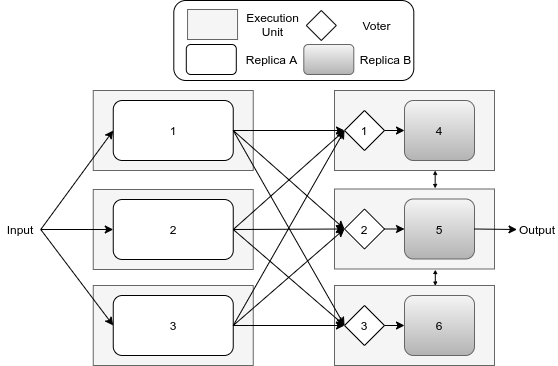
Above: images/ThreeComponentConsensus.png in Boffmann/masterThesis (draw.io), before the change. Source tidied: cells renumbered, new cells last; positions are measured from the earlier drawing's top-left corner, leaving out a move shared by most shapes.
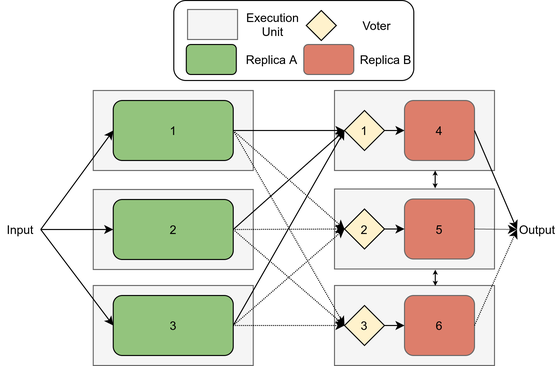
After the commit.

The edit, as a diff of the source:
```diff
@@ -11,13 +11,13 @@
     <mxCell id="4" style="rounded=0;whiteSpace=wrap;html=1;fillColor=#f5f5f5;strokeColor=#666666;fontColor=#333333;" parent="1" vertex="1">
       <mxGeometry x="92.8" y="90" width="160" height="80" as="geometry" />
     </mxCell>
-    <mxCell id="5" value="1" style="rounded=1;whiteSpace=wrap;html=1;" parent="1" vertex="1">
+    <mxCell id="5" value="1" style="rounded=1;whiteSpace=wrap;html=1;fillColor=#93C47D;" parent="1" vertex="1">
       <mxGeometry x="112.8" y="100" width="120" height="60" as="geometry" />
     </mxCell>
-    <mxCell id="6" value="3" style="rounded=1;whiteSpace=wrap;html=1;" parent="1" vertex="1">
+    <mxCell id="6" value="3" style="rounded=1;whiteSpace=wrap;html=1;fillColor=#93C47D;" parent="1" vertex="1">
       <mxGeometry x="112.8" y="295" width="120" height="60" as="geometry" />
     </mxCell>
-    <mxCell id="7" value="2" style="rounded=1;whiteSpace=wrap;html=1;" parent="1" vertex="1">
+    <mxCell id="7" value="2" style="rounded=1;whiteSpace=wrap;html=1;fillColor=#93C47D;" parent="1" vertex="1">
       <mxGeometry x="112.8" y="199" width="120" height="60" as="geometry" />
     </mxCell>
     <mxCell id="8" value="Input" style="text;html=1;strokeColor=none;fillColor=none;align=center;verticalAlign=middle;whiteSpace=wrap;rounded=0;" parent="1" vertex="1">
@@ -32,10 +32,10 @@
     <mxCell id="11" style="rounded=0;whiteSpace=wrap;html=1;fillColor=#f5f5f5;strokeColor=#666666;fontColor=#333333;" parent="1" vertex="1">
       <mxGeometry x="334" y="90" width="160" height="80" as="geometry" />
     </mxCell>
-    <mxCell id="12" value="4" style="rounded=1;whiteSpace=wrap;html=1;gradientColor=#b3b3b3;fillColor=#f5f5f5;strokeColor=#666666;" parent="1" vertex="1">
+    <mxCell id="12" value="4" style="rounded=1;whiteSpace=wrap;html=1;strokeColor=#666666;fillColor=#dd7e6b;" parent="1" vertex="1">
       <mxGeometry x="404" y="100" width="70" height="60" as="geometry" />
     </mxCell>
-    <mxCell id="13" value="1" style="rhombus;whiteSpace=wrap;html=1;" parent="1" vertex="1">
+    <mxCell id="13" value="1" style="rhombus;whiteSpace=wrap;html=1;fillColor=#FFF2CC;" parent="1" vertex="1">
       <mxGeometry x="344" y="110" width="40" height="40" as="geometry" />
     </mxCell>
     <mxCell id="14" style="endArrow=classic;html=1;exitX=1;exitY=0.5;exitDx=0;exitDy=0;entryX=0;entryY=0.5;entryDx=0;entryDy=0;" parent="1" edge="1" source="13" target="12">
@@ -44,22 +44,22 @@
     <mxCell id="15" style="rounded=0;whiteSpace=wrap;html=1;fillColor=#f5f5f5;strokeColor=#666666;fontColor=#333333;" parent="1" vertex="1">
       <mxGeometry x="334" y="188.5" width="160" height="80" as="geometry" />
     </mxCell>
-    <mxCell id="16" value="5" style="rounded=1;whiteSpace=wrap;html=1;gradientColor=#b3b3b3;fillColor=#f5f5f5;strokeColor=#666666;" parent="1" vertex="1">
+    <mxCell id="16" value="5" style="rounded=1;whiteSpace=wrap;html=1;strokeColor=#666666;fillColor=#dd7e6b;" parent="1" vertex="1">
       <mxGeometry x="404" y="198.5" width="70" height="60" as="geometry" />
     </mxCell>
-    <mxCell id="17" value="2" style="rhombus;whiteSpace=wrap;html=1;" parent="1" vertex="1">
+    <mxCell id="17" value="2" style="rhombus;whiteSpace=wrap;html=1;fillColor=#FFF2CC;" parent="1" vertex="1">
       <mxGeometry x="344" y="208.5" width="40" height="40" as="geometry" />
     </mxCell>
     <mxCell id="18" style="endArrow=classic;html=1;exitX=1;exitY=0.5;exitDx=0;exitDy=0;entryX=0;entryY=0.5;entryDx=0;entryDy=0;" parent="1" edge="1" source="17" target="16">
       <mxGeometry relative="1" as="geometry" />
     </mxCell>
-    <mxCell id="19" style="endArrow=classic;html=1;exitX=1;exitY=0.5;exitDx=0;exitDy=0;entryX=0;entryY=0.5;entryDx=0;entryDy=0;" parent="1" edge="1" source="6" target="17">
+    <mxCell id="19" style="endArrow=classic;html=1;exitX=1;exitY=0.5;exitDx=0;exitDy=0;entryX=0;entryY=0.5;entryDx=0;entryDy=0;dashed=1;dashPattern=1 1;" parent="1" edge="1" source="6" target="17">
       <mxGeometry relative="1" as="geometry" />
     </mxCell>
-    <mxCell id="20" style="endArrow=classic;html=1;exitX=1;exitY=0.5;exitDx=0;exitDy=0;entryX=0;entryY=0.5;entryDx=0;entryDy=0;" parent="1" edge="1" source="7" target="17">
+    <mxCell id="20" style="endArrow=classic;html=1;exitX=1;exitY=0.5;exitDx=0;exitDy=0;entryX=0;entryY=0.5;entryDx=0;entryDy=0;dashed=1;dashPattern=1 1;" parent="1" edge="1" source="7" target="17">
       <mxGeometry relative="1" as="geometry" />
     </mxCell>
-    <mxCell id="21" style="endArrow=classic;html=1;exitX=1;exitY=0.5;exitDx=0;exitDy=0;entryX=0;entryY=0.5;entryDx=0;entryDy=0;" parent="1" edge="1" source="5" target="17">
+    <mxCell id="21" style="endArrow=classic;html=1;exitX=1;exitY=0.5;exitDx=0;exitDy=0;entryX=0;entryY=0.5;entryDx=0;entryDy=0;dashed=1;dashPattern=1 1;" parent="1" edge="1" source="5" target="17">
       <mxGeometry relative="1" as="geometry" />
     </mxCell>
     <mxCell id="22" style="endArrow=classic;html=1;exitX=1;exitY=0.5;exitDx=0;exitDy=0;entryX=0;entryY=0.5;entryDx=0;entryDy=0;" parent="1" edge="1" source="8" target="6">
@@ -83,19 +83,19 @@
     <mxCell id="28" value="Execution&lt;br&gt;Unit" style="text;html=1;align=center;verticalAlign=middle;" parent="1" vertex="1">
       <mxGeometry x="237.1" y="9" width="70" height="30" as="geometry" />
     </mxCell>
-    <mxCell id="29" style="rounded=1;whiteSpace=wrap;html=1;fillColor=#f5f5f5;gradientColor=#b3b3b3;strokeColor=#666666;" parent="1" vertex="1">
+    <mxCell id="29" style="rounded=1;whiteSpace=wrap;html=1;strokeColor=#666666;fillColor=#dd7e6b;" parent="1" vertex="1">
       <mxGeometry x="303.3" y="44" width="50" height="30" as="geometry" />
     </mxCell>
     <mxCell id="30" value="Replica B" style="text;html=1;align=center;verticalAlign=middle;" parent="1" vertex="1">
       <mxGeometry x="349.7" y="49" width="70" height="20" as="geometry" />
     </mxCell>
-    <mxCell id="31" style="rhombus;whiteSpace=wrap;html=1;" parent="1" vertex="1">
+    <mxCell id="31" style="rhombus;whiteSpace=wrap;html=1;fillColor=#FFF2CC;" parent="1" vertex="1">
       <mxGeometry x="305.8" y="10" width="30" height="30" as="geometry" />
     </mxCell>
     <mxCell id="32" value="Voter" style="text;html=1;align=center;verticalAlign=middle;" parent="1" vertex="1">
       <mxGeometry x="355.8" y="15" width="40" height="20" as="geometry" />
     </mxCell>
-    <mxCell id="33" style="rounded=1;whiteSpace=wrap;html=1;" parent="1" vertex="1">
+    <mxCell id="33" style="rounded=1;whiteSpace=wrap;html=1;fillColor=#93C47D;" parent="1" vertex="1">
       <mxGeometry x="185.8" y="44" width="50" height="30" as="geometry" />
     </mxCell>
     <mxCell id="34" value="Replica A" style="text;html=1;align=center;verticalAlign=middle;" parent="1" vertex="1">
@@ -112,10 +112,10 @@
     <mxCell id="37" style="rounded=0;whiteSpace=wrap;html=1;fillColor=#f5f5f5;strokeColor=#666666;fontColor=#333333;" parent="1" vertex="1">
       <mxGeometry x="334" y="285" width="160" height="80" as="geometry" />
     </mxCell>
-    <mxCell id="38" value="6" style="rounded=1;whiteSpace=wrap;html=1;gradientColor=#b3b3b3;fillColor=#f5f5f5;strokeColor=#666666;" parent="1" vertex="1">
+    <mxCell id="38" value="6" style="rounded=1;whiteSpace=wrap;html=1;strokeColor=#666666;fillColor=#dd7e6b;" parent="1" vertex="1">
       <mxGeometry x="404" y="295" width="70" height="60" as="geometry" />
     </mxCell>
-    <mxCell id="39" value="3" style="rhombus;whiteSpace=wrap;html=1;" parent="1" vertex="1">
+    <mxCell id="39" value="3" style="rhombus;whiteSpace=wrap;html=1;fillColor=#FFF2CC;" parent="1" vertex="1">
       <mxGeometry x="344" y="305" width="40" height="40" as="geometry" />
     </mxCell>
     <mxCell id="40" style="endArrow=classic;html=1;exitX=1;exitY=0.5;exitDx=0;exitDy=0;entryX=0;entryY=0.5;entryDx=0;entryDy=0;" parent="1" edge="1" source="39" target="38">
@@ -124,17 +124,23 @@
     <mxCell id="41" style="endArrow=classic;startArrow=classic;html=1;exitX=0.63;exitY=0.005;exitDx=0;exitDy=0;exitPerimeter=0;entryX=0.63;entryY=1.008;entryDx=0;entryDy=0;entryPerimeter=0;endFill=1;endSize=2;startSize=2;" parent="1" edge="1" source="37" target="15">
       <mxGeometry relative="1" as="geometry" />
     </mxCell>
-    <mxCell id="42" style="endArrow=classic;html=1;exitX=1;exitY=0.5;exitDx=0;exitDy=0;entryX=0;entryY=0.5;entryDx=0;entryDy=0;" parent="1" edge="1" source="5" target="39">
+    <mxCell id="42" style="endArrow=classic;html=1;exitX=1;exitY=0.5;exitDx=0;exitDy=0;entryX=0;entryY=0.5;entryDx=0;entryDy=0;dashed=1;dashPattern=1 1;" parent="1" edge="1" source="5" target="39">
       <mxGeometry relative="1" as="geometry" />
     </mxCell>
-    <mxCell id="43" style="endArrow=classic;html=1;exitX=1;exitY=0.5;exitDx=0;exitDy=0;entryX=0;entryY=0.5;entryDx=0;entryDy=0;" parent="1" edge="1" source="7" target="39">
+    <mxCell id="43" style="endArrow=classic;html=1;exitX=1;exitY=0.5;exitDx=0;exitDy=0;entryX=0;entryY=0.5;entryDx=0;entryDy=0;dashed=1;dashPattern=1 1;" parent="1" edge="1" source="7" target="39">
       <mxGeometry relative="1" as="geometry" />
     </mxCell>
-    <mxCell id="44" style="endArrow=classic;html=1;exitX=1;exitY=0.5;exitDx=0;exitDy=0;entryX=0;entryY=0.5;entryDx=0;entryDy=0;" parent="1" edge="1" source="6" target="39">
+    <mxCell id="44" style="endArrow=classic;html=1;exitX=1;exitY=0.5;exitDx=0;exitDy=0;entryX=0;entryY=0.5;entryDx=0;entryDy=0;dashed=1;dashPattern=1 1;" parent="1" edge="1" source="6" target="39">
       <mxGeometry relative="1" as="geometry" />
     </mxCell>
-    <mxCell id="45" style="endArrow=classic;html=1;exitX=1;exitY=0.5;exitDx=0;exitDy=0;entryX=0;entryY=0.5;entryDx=0;entryDy=0;" parent="1" edge="1" source="16" target="35">
+    <mxCell id="45" style="endArrow=classic;html=1;exitX=1;exitY=0.5;exitDx=0;exitDy=0;entryX=0;entryY=0.5;entryDx=0;entryDy=0;dashed=1;dashPattern=1 1;" parent="1" edge="1" source="16" target="35">
       <mxGeometry relative="1" as="geometry" />
     </mxCell>
+    <mxCell id="46" style="endArrow=classic;html=1;exitX=1;exitY=0.5;exitDx=0;exitDy=0;entryX=0;entryY=0.5;entryDx=0;entryDy=0;" parent="1" edge="1" source="12" target="35">
+      <mxGeometry relative="1" as="geometry" />
+    </mxCell>
+    <mxCell id="47" style="endArrow=classic;html=1;dashed=1;dashPattern=1 1;strokeColor=#000000;exitX=1;exitY=0.5;exitDx=0;exitDy=0;entryX=0;entryY=0.5;entryDx=0;entryDy=0;" parent="1" edge="1" source="38" target="35">
+      <mxGeometry relative="1" as="geometry" />
+    </mxCell>
   </root>
 </mxGraphModel>
```
